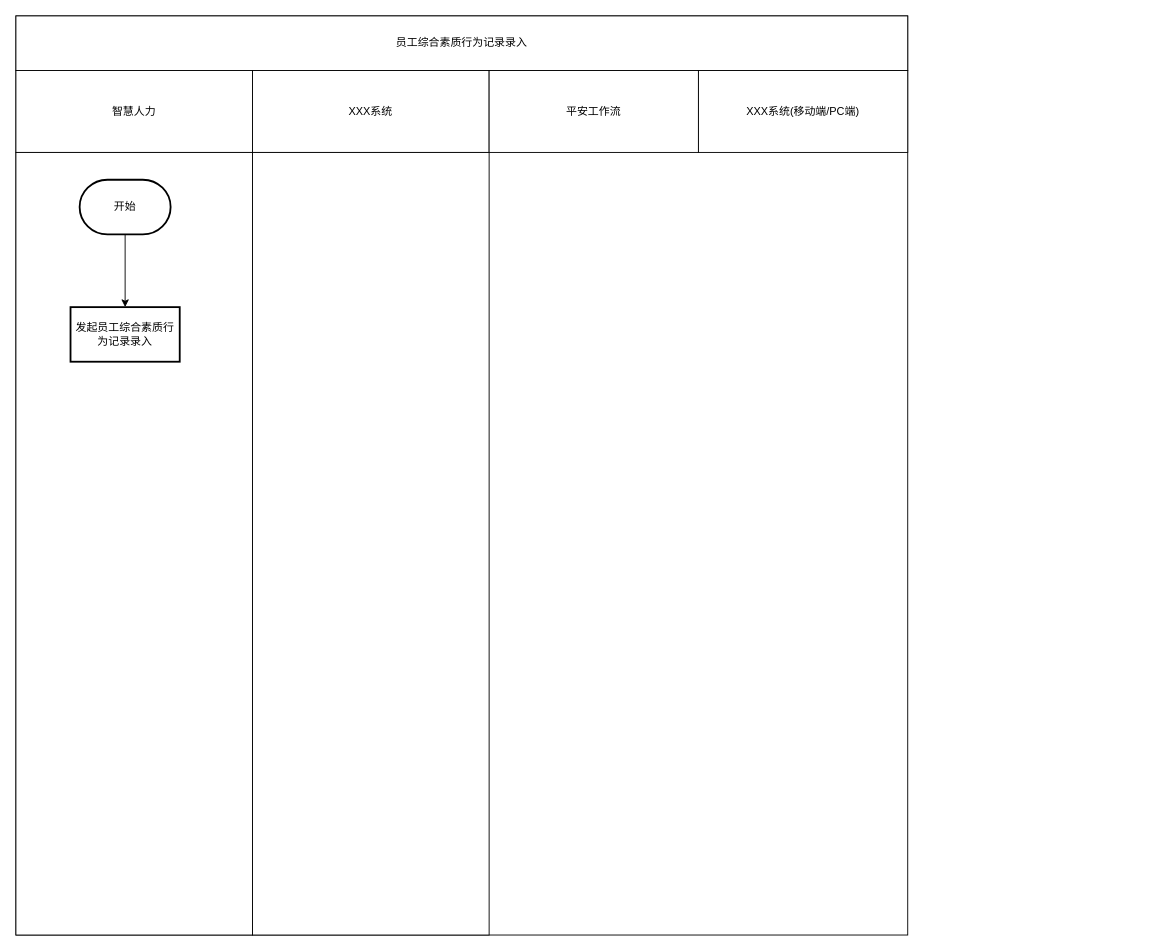
The draw.io diagram 智慧人力-工作流-流程图.drawio in 52cyc/public_file, before the edit. Source tidied: cells renumbered, new cells numbered last; positions are measured from the earlier drawing's top-left corner, leaving out a move shared by most shapes. Both pictures are drawn from the tidied source at 91%, with x=0, y=0 at pixel (15, 15).
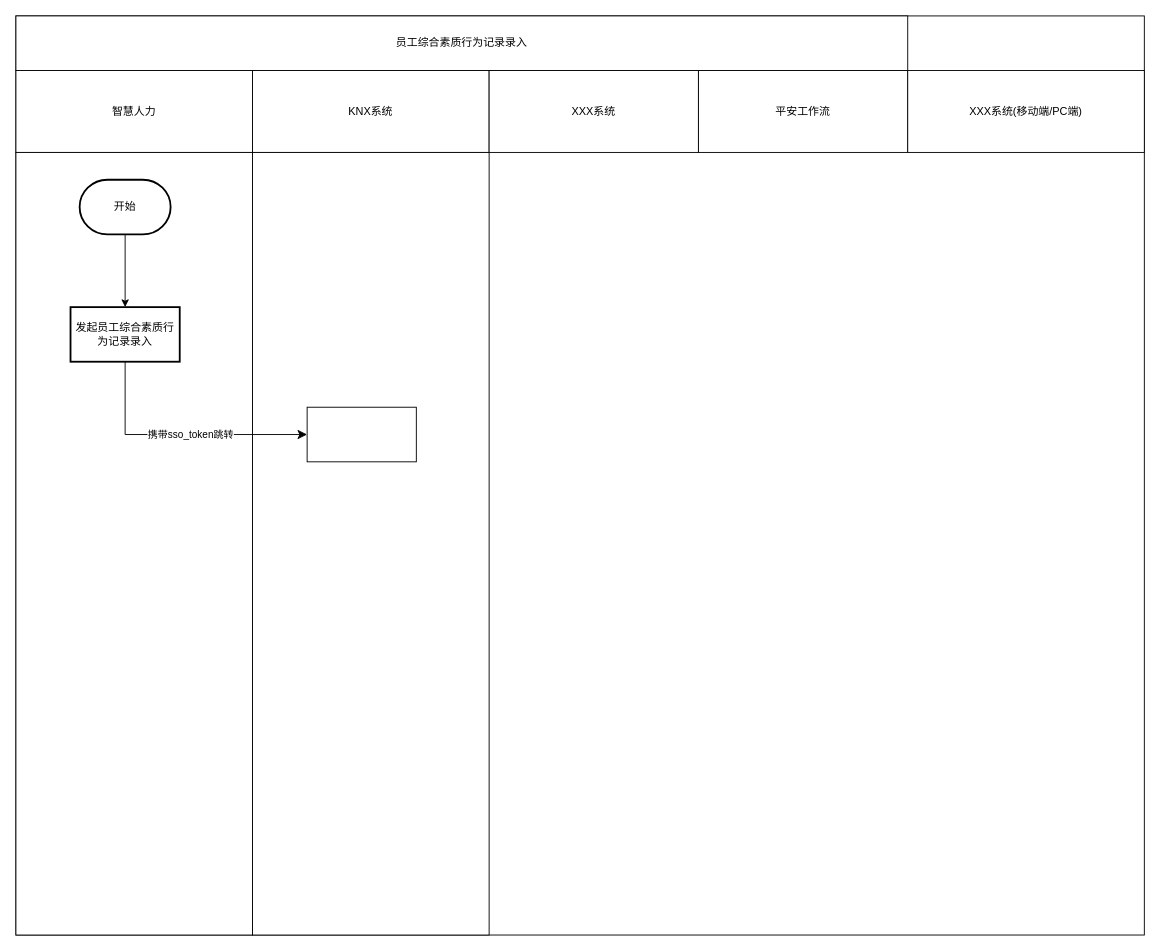
The same diagram, later.

Commit message (it also covers changes not shown here):
更新智慧人力-工作流-流程图.drawio

The edit, as a diff of the source:
```diff
@@
 <mxGraphModel>
   <root>
     <mxCell id="0" />
     <mxCell id="1" parent="0" />
     <mxCell id="2" style="rounded=0;whiteSpace=wrap;html=1;" parent="1" vertex="1">
-      <mxGeometry width="980" height="1010" as="geometry" />
+      <mxGeometry width="1240" height="1010" as="geometry" />
     </mxCell>
     <mxCell id="3" value="&lt;span&gt;&lt;/span&gt;&lt;span&gt;&lt;/span&gt;&lt;span style=&quot;white-space-collapse: preserve;&quot;&gt;员工综合素质行为记录录入&lt;/span&gt;" style="rounded=0;whiteSpace=wrap;html=1;" parent="1" vertex="1">
       <mxGeometry width="980" height="60" as="geometry" />
     </mxCell>
     <mxCell id="4" value="智慧人力" style="rounded=0;whiteSpace=wrap;html=1;" parent="1" vertex="1">
       <mxGeometry y="60" width="260" height="90" as="geometry" />
     </mxCell>
-    <mxCell id="5" value="XXX系统" style="rounded=0;whiteSpace=wrap;html=1;" parent="1" vertex="1">
+    <mxCell id="5" value="KNX系统" style="rounded=0;whiteSpace=wrap;html=1;" parent="1" vertex="1">
       <mxGeometry x="260" y="60" width="260" height="90" as="geometry" />
     </mxCell>
-    <mxCell id="6" value="平安工作流" style="rounded=0;whiteSpace=wrap;html=1;" parent="1" vertex="1">
+    <mxCell id="6" value="XXX系统" style="rounded=0;whiteSpace=wrap;html=1;" parent="1" vertex="1">
       <mxGeometry x="520" y="60" width="230" height="90" as="geometry" />
     </mxCell>
-    <mxCell id="7" value="XXX系统(移动端/PC端&lt;span style=&quot;background-color: transparent; color: light-dark(rgb(0, 0, 0), rgb(255, 255, 255));&quot;&gt;)&lt;/span&gt;" style="rounded=0;whiteSpace=wrap;html=1;" parent="1" vertex="1">
+    <mxCell id="7" value="平安工作流" style="rounded=0;whiteSpace=wrap;html=1;" parent="1" vertex="1">
       <mxGeometry x="750" y="60" width="230" height="90" as="geometry" />
     </mxCell>
     <mxCell id="8" style="rounded=0;whiteSpace=wrap;html=1;" parent="1" vertex="1">
       <mxGeometry y="150" width="260" height="860" as="geometry" />
     </mxCell>
     <mxCell id="9" style="edgeStyle=orthogonalEdgeStyle;rounded=0;jettySize=auto;html=1;" parent="1" edge="1" source="10" target="11">
       <mxGeometry relative="1" as="geometry" />
     </mxCell>
     <mxCell id="10" value="开始" style="strokeWidth=2;html=1;shape=mxgraph.flowchart.terminator;whiteSpace=wrap;" parent="1" vertex="1">
       <mxGeometry x="70" y="180" width="100" height="60" as="geometry" />
     </mxCell>
     <mxCell id="11" value="发起&lt;span style=&quot;white-space-collapse: preserve;&quot;&gt;员工综合素质行为记录录入&lt;/span&gt;" style="whiteSpace=wrap;html=1;strokeWidth=2;" parent="1" vertex="1">
       <mxGeometry x="60" y="320" width="120" height="60" as="geometry" />
     </mxCell>
     <mxCell id="12" style="rounded=0;whiteSpace=wrap;html=1;" parent="1" vertex="1">
       <mxGeometry x="260" y="150" width="260" height="860" as="geometry" />
     </mxCell>
+    <mxCell id="13" style="rounded=0;whiteSpace=wrap;html=1;" parent="1" vertex="1">
+      <mxGeometry x="320" y="430" width="120" height="60" as="geometry" />
+    </mxCell>
+    <mxCell id="14" style="edgeStyle=elbowEdgeStyle;elbow=vertical;endArrow=classic;html=1;curved=0;rounded=0;endSize=8;startSize=8;" parent="1" edge="1" source="11">
+      <mxGeometry relative="1" as="geometry">
+        <mxPoint x="320" y="460" as="targetPoint" />
+        <Array as="points">
+          <mxPoint x="250" y="460" />
+          <mxPoint x="230" y="452" />
+        </Array>
+      </mxGeometry>
+    </mxCell>
+    <mxCell id="15" value="携带sso_token跳转" style="edgeLabel;html=1;align=center;verticalAlign=middle;" parent="14" vertex="1">
+      <mxGeometry x="0.08" y="1" relative="1" as="geometry" />
+    </mxCell>
+    <mxCell id="16" value="XXX系统(移动端/PC端&lt;span style=&quot;color: light-dark(rgb(0, 0, 0), rgb(255, 255, 255)); background-color: transparent;&quot;&gt;)&lt;/span&gt;" style="rounded=0;whiteSpace=wrap;html=1;" parent="1" vertex="1">
+      <mxGeometry x="980" y="60" width="260" height="90" as="geometry" />
+    </mxCell>
   </root>
 </mxGraphModel>
```
